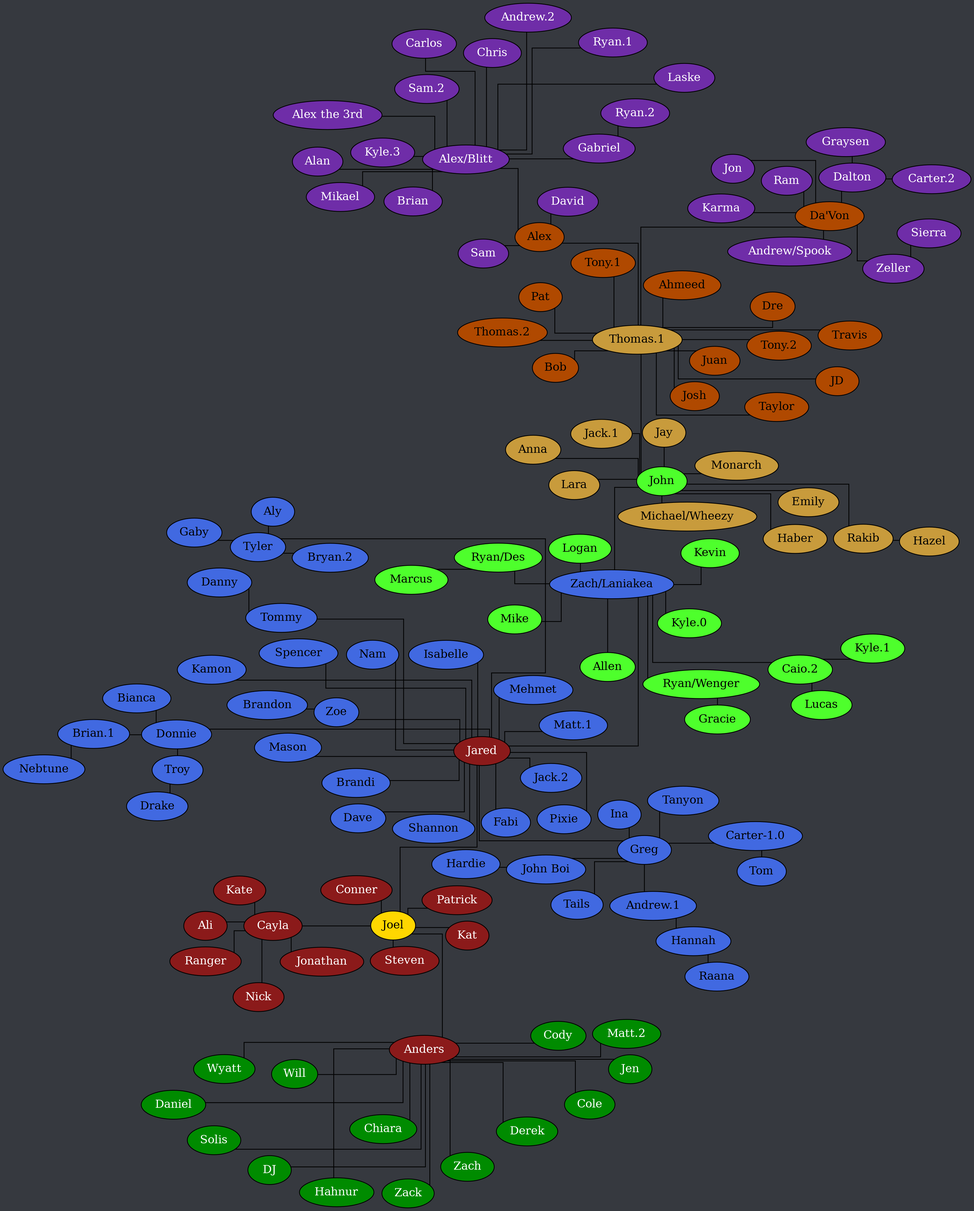
The Graphviz diagram tree.png in Documidas/CoronaCatzFamilyTree, before a commit. Its source is kept beside it as tree.dot.
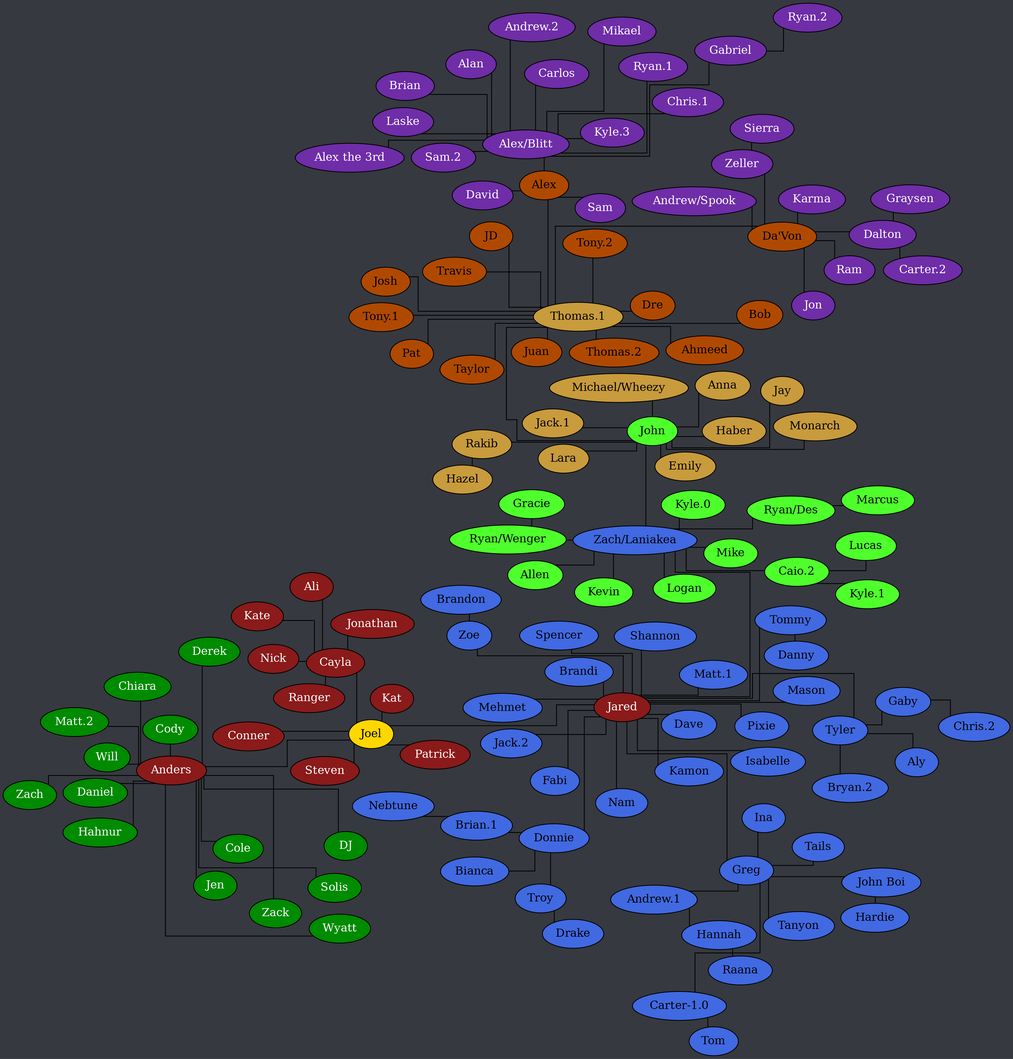
Above is the later version.

What changed in the source:
```diff
@@ -57,6 +57,7 @@
 		Donnie -- Bianca;
 		Donnie -- "Brian.1";
 		Donnie -- Troy;
+		Gaby -- "Chris.2";
 		Greg -- "Andrew.1";
 		Greg -- "Carter-1.0";
 		Greg -- Ina;
@@ -161,7 +162,7 @@
 		"Alex/Blitt" -- "Andrew.2";
 		"Alex/Blitt" -- Brian;
 		"Alex/Blitt" -- Carlos;
-		"Alex/Blitt" -- Chris;
+		"Alex/Blitt" -- "Chris.1";
 		"Alex/Blitt" -- Gabriel;
 		"Alex/Blitt" -- "Kyle.3";
 		"Alex/Blitt" -- Laske;
```
